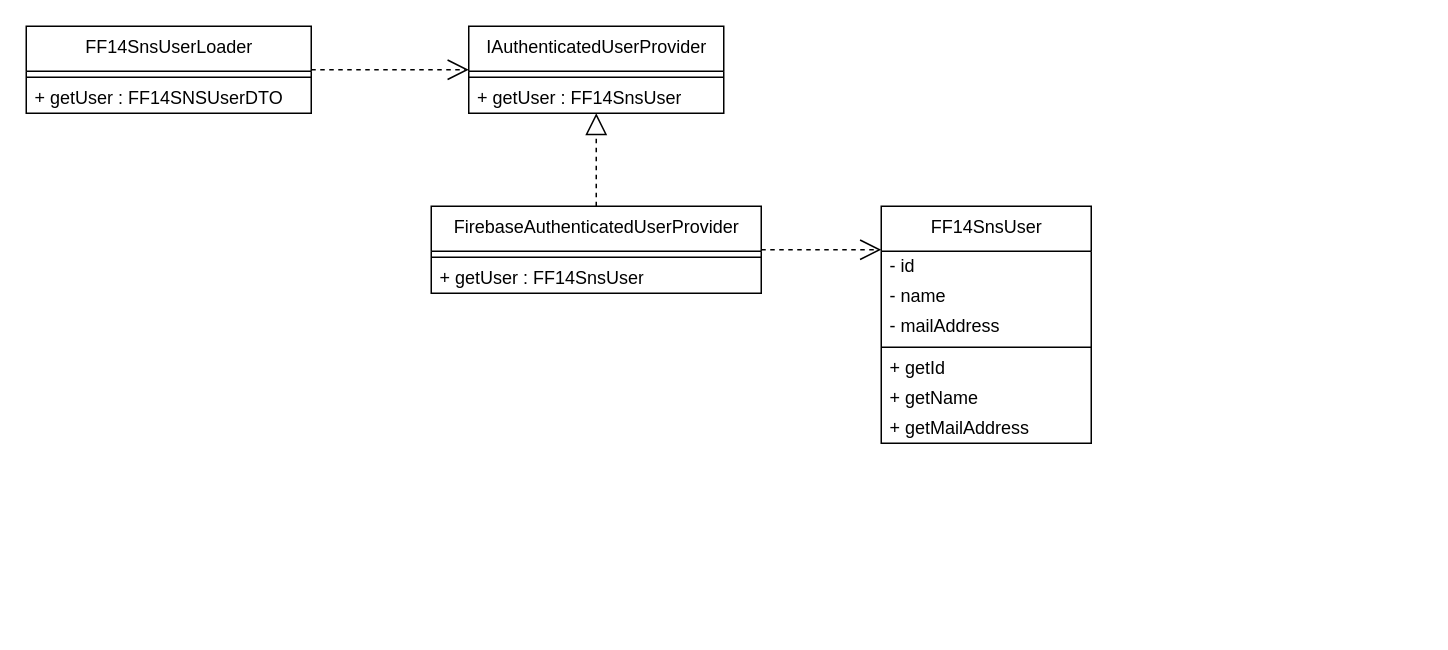
Earlier version of the draw.io diagram page "UserModule" (3 of 5) of ff14-sns.drawio (Mouwf/FF14SNS). Source tidied: cells renumbered, new cells numbered last; positions are measured from the earlier drawing's top-left corner, leaving out a move shared by most shapes. Both pictures are drawn from the tidied source at 150%, with x=0, y=0 at pixel (26, 26).
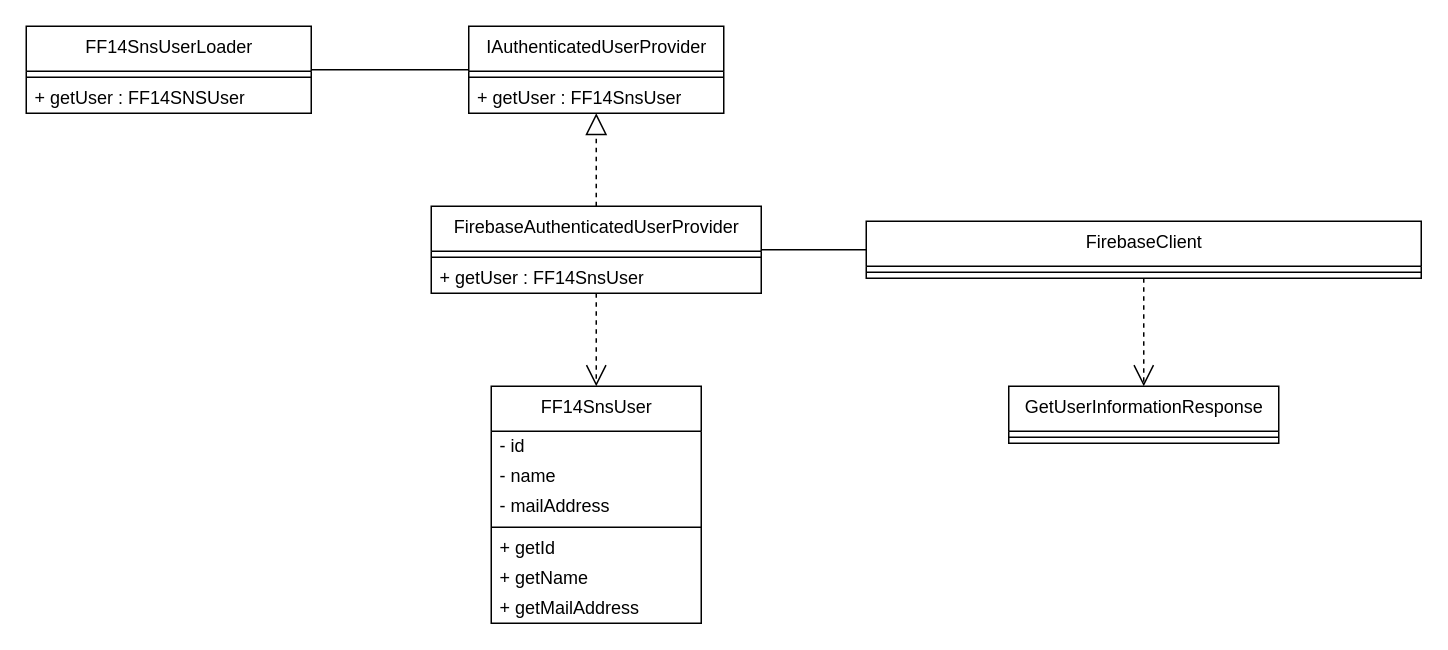
Above is the later version.

The change refers to these unchanged cells:
```xml
<mxCell id="10" value="IAuthenticatedUserProvider" style="swimlane;fontStyle=0;align=center;verticalAlign=top;horizontal=1;startSize=30;html=1;" parent="1" vertex="1">
  <mxGeometry x="295" width="170" height="58" as="geometry" />
</mxCell>
<mxCell id="15" value="FirebaseAuthenticatedUserProvider" style="swimlane;fontStyle=0;align=center;verticalAlign=top;horizontal=1;startSize=30;html=1;" parent="1" vertex="1">
  <mxGeometry x="270" y="120" width="220" height="58" as="geometry" />
</mxCell>
<mxCell id="18" value="FF14SnsUserLoader" style="swimlane;fontStyle=0;align=center;verticalAlign=top;horizontal=1;startSize=30;html=1;" parent="1" vertex="1">
  <mxGeometry width="190" height="58" as="geometry" />
</mxCell>
```

Diff of the diagram source:
```diff
@@
     <mxCell id="2" value="FF14SnsUser" style="swimlane;fontStyle=0;align=center;verticalAlign=top;horizontal=1;startSize=30;html=1;" parent="1" vertex="1">
-      <mxGeometry x="570" y="120" width="140" height="158" as="geometry" />
+      <mxGeometry x="310" y="240" width="140" height="158" as="geometry" />
     </mxCell>
@@
-    <mxCell id="14" style="edgeStyle=none;rounded=0;jumpSize=6;html=1;strokeWidth=1;endArrow=open;endFill=0;startSize=6;endSize=12;targetPerimeterSpacing=0;dashed=1;exitX=1;exitY=0.5;exitDx=0;exitDy=0;" parent="1" edge="1" source="15">
-      <mxGeometry relative="1" as="geometry">
-        <mxPoint x="570" y="149" as="targetPoint" />
-      </mxGeometry>
-    </mxCell>
+    <mxCell id="22" style="edgeStyle=none;html=1;exitX=1;exitY=0.5;exitDx=0;exitDy=0;entryX=0;entryY=0.5;entryDx=0;entryDy=0;endArrow=none;endFill=0;" parent="1" edge="1" source="15" target="25">
+      <mxGeometry relative="1" as="geometry" />
+    </mxCell>
+    <mxCell id="23" style="edgeStyle=none;html=1;endArrow=open;endFill=0;entryX=0.5;entryY=0;entryDx=0;entryDy=0;dashed=1;endSize=12;" parent="1" edge="1" source="15" target="2">
+      <mxGeometry relative="1" as="geometry" />
+    </mxCell>
@@
-    <mxCell id="20" value="+ getUser : FF14SNSUserDTO" style="text;html=1;strokeColor=none;fillColor=none;align=left;verticalAlign=middle;spacingLeft=4;spacingRight=4;overflow=hidden;" parent="18" vertex="1">
+    <mxCell id="20" value="+ getUser : FF14SNSUser" style="text;html=1;strokeColor=none;fillColor=none;align=left;verticalAlign=middle;spacingLeft=4;spacingRight=4;overflow=hidden;" parent="18" vertex="1">
       <mxGeometry y="38" width="190" height="20" as="geometry" />
     </mxCell>
-    <mxCell id="21" style="edgeStyle=none;rounded=0;jumpSize=6;html=1;entryX=0;entryY=0.5;entryDx=0;entryDy=0;dashed=1;strokeWidth=1;endArrow=open;endFill=0;startSize=6;endSize=12;targetPerimeterSpacing=0;" parent="1" edge="1" source="18" target="10">
+    <mxCell id="21" style="edgeStyle=none;rounded=0;jumpSize=6;html=1;entryX=0;entryY=0.5;entryDx=0;entryDy=0;strokeWidth=1;endArrow=none;endFill=0;startSize=6;endSize=12;targetPerimeterSpacing=0;" parent="1" edge="1" source="18" target="10">
       <mxGeometry relative="1" as="geometry" />
     </mxCell>
+    <mxCell id="24" style="edgeStyle=none;html=1;exitX=0.5;exitY=1;exitDx=0;exitDy=0;entryX=0.5;entryY=0;entryDx=0;entryDy=0;dashed=1;endArrow=open;endFill=0;endSize=12;" parent="1" edge="1" source="25" target="27">
+      <mxGeometry relative="1" as="geometry" />
+    </mxCell>
+    <mxCell id="25" value="FirebaseClient" style="swimlane;fontStyle=0;align=center;verticalAlign=top;horizontal=1;startSize=30;html=1;" parent="1" vertex="1">
+      <mxGeometry x="560" y="130" width="370" height="38" as="geometry" />
+    </mxCell>
+    <mxCell id="26" style="line;strokeWidth=1;fillColor=none;align=left;verticalAlign=middle;spacingTop=-1;spacingLeft=3;spacingRight=3;labelPosition=right;" parent="25" vertex="1">
+      <mxGeometry y="30" width="370" height="8" as="geometry" />
+    </mxCell>
+    <mxCell id="27" value="&lt;span style=&quot;text-align: left;&quot;&gt;GetUserInformationResponse&lt;/span&gt;" style="swimlane;fontStyle=0;align=center;verticalAlign=top;horizontal=1;startSize=30;html=1;" parent="1" vertex="1">
+      <mxGeometry x="655" y="240" width="180" height="38" as="geometry" />
+    </mxCell>
+    <mxCell id="28" style="line;strokeWidth=1;fillColor=none;align=left;verticalAlign=middle;spacingTop=-1;spacingLeft=3;spacingRight=3;labelPosition=right;" parent="27" vertex="1">
+      <mxGeometry y="30" width="180" height="8" as="geometry" />
+    </mxCell>
```
